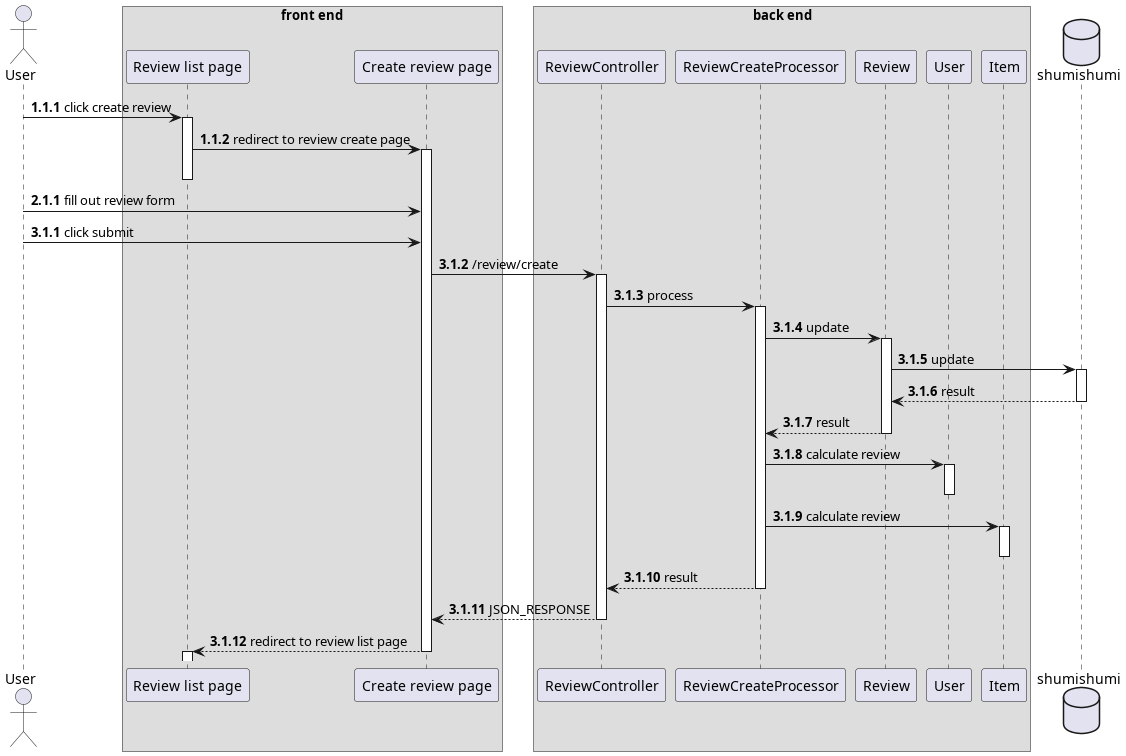
aldihsuhandi/skripsi-2023 keeps this PlantUML diagram as thesis/latex/diagram/sequence diagram/16. review/create review/create review.png. Above is the earlier version. The source it was exported from:
```plantuml
@startuml template
autonumber 1.1.1

actor User as u

box "front end"
participant "Review list page" as rlist
participant "Create review page" as cpage
end box

box "back end"
participant "ReviewController" as rc

participant "ReviewCreateProcessor" as proc

participant "Review" as rm
participant "User" as um
participant "Item" as im
end box

database shumishumi as db

u -> rlist++ : click create review
rlist -> cpage ++-- : redirect to review create page

autonumber inc a
u -> cpage : fill out review form
autonumber inc a
u -> cpage : click submit

cpage -> rc++ : /review/create
rc -> proc++ : process

proc -> rm++ : update
rm -> db++ : update
return result
return result

proc -> um++ : calculate review
deactivate um

proc -> im++ : calculate review
deactivate im

return result
return JSON_RESPONSE

cpage --> rlist --++:  redirect to review list page

@enduml
```
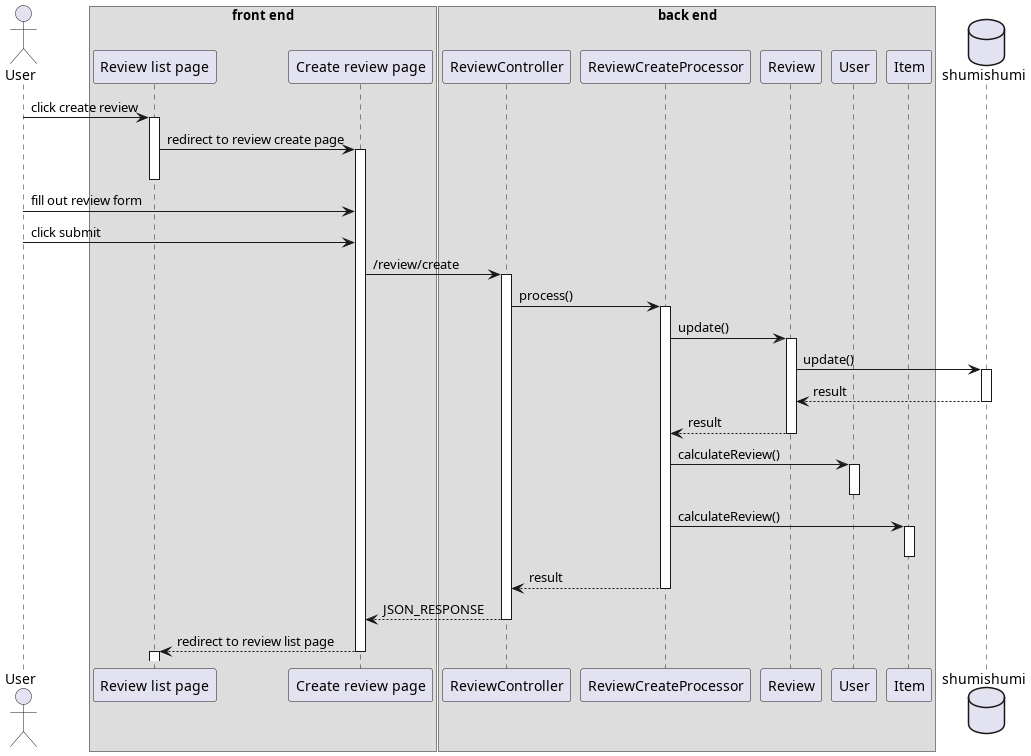
After the commit.

The edit, as a diff of the source:
```diff
@@ -1,5 +1,4 @@
 @startuml template
-autonumber 1.1.1
 
 actor User as u
 
@@ -23,23 +22,21 @@
 u -> rlist++ : click create review
 rlist -> cpage ++-- : redirect to review create page
 
-autonumber inc a
 u -> cpage : fill out review form
-autonumber inc a
 u -> cpage : click submit
 
 cpage -> rc++ : /review/create
-rc -> proc++ : process
+rc -> proc++ : process()
 
-proc -> rm++ : update
-rm -> db++ : update
+proc -> rm++ : update()
+rm -> db++ : update()
 return result
 return result
 
-proc -> um++ : calculate review
+proc -> um++ : calculateReview()
 deactivate um
 
-proc -> im++ : calculate review
+proc -> im++ : calculateReview()
 deactivate im
 
 return result
```
